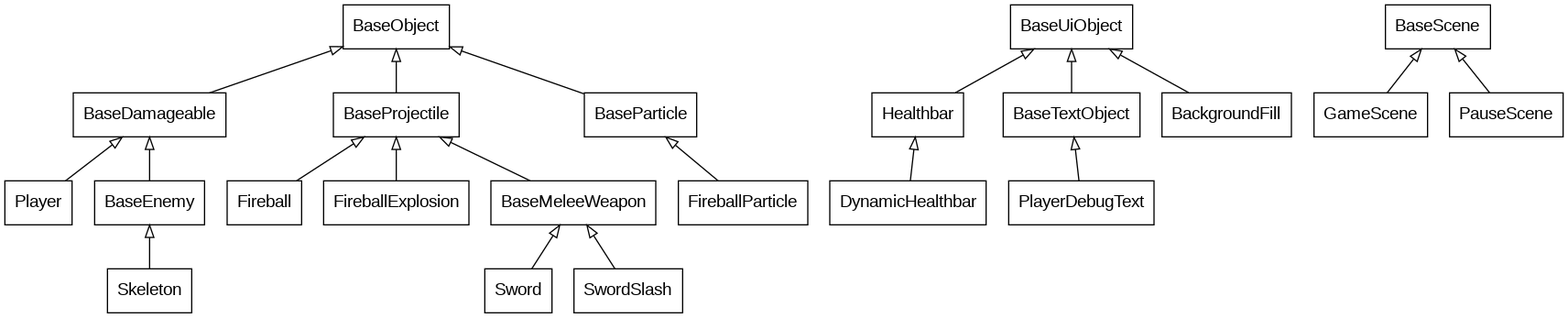
The Graphviz diagram inheritance.gv.png in lachfoy/2dgameABANDONED, before a commit. Its source is kept beside it as inheritance.gv.
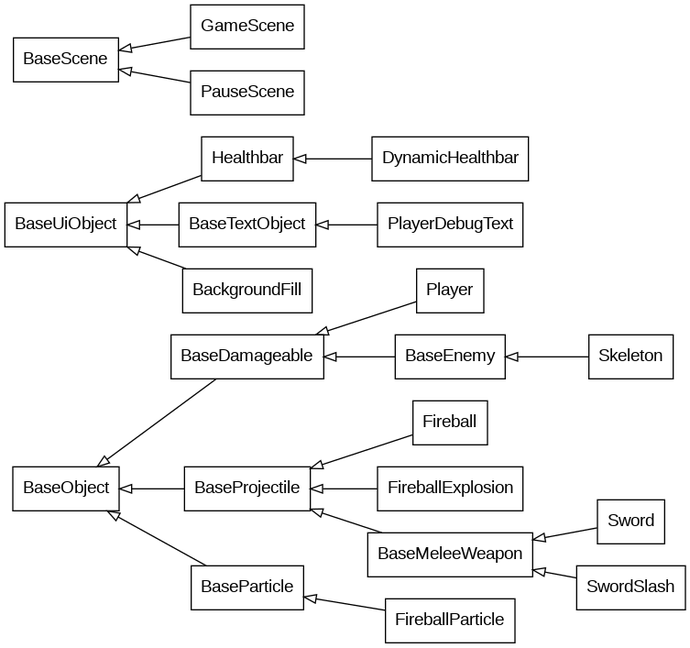
After the commit.

Change to the diagram source:
```diff
@@ -1,4 +1,5 @@
 digraph inheritance {
+    rankdir="LR"
     node [shape=box fontname="Helvetica,Arial,sans-serif"]
     edge [dir=back arrowtail=empty]
 
```
